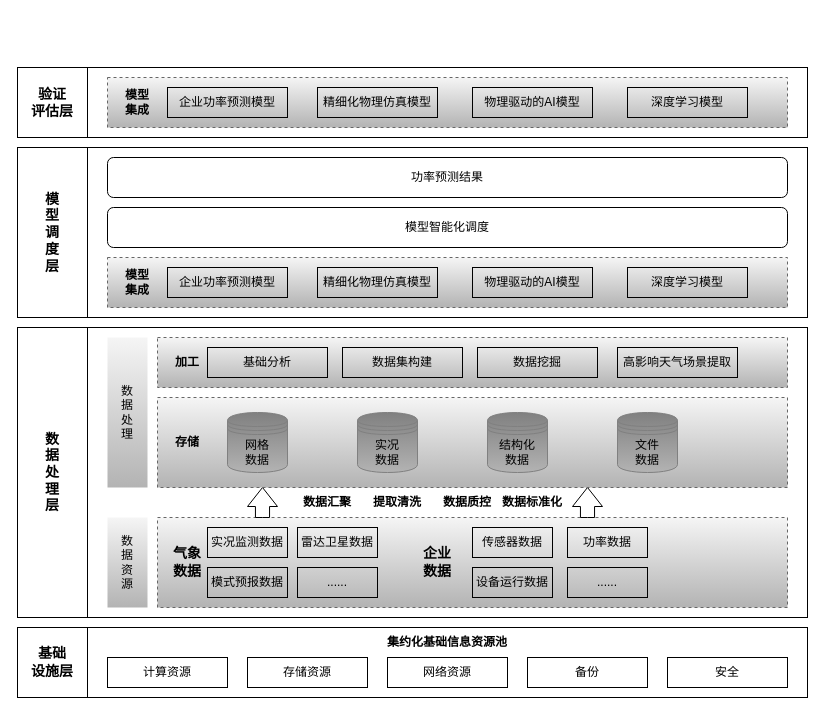
Earlier version of the draw.io diagram 未命名绘图.drawio (fourmia/Note). Source tidied: cells renumbered, new cells numbered last; positions are measured from the earlier drawing's top-left corner, leaving out a move shared by most shapes. Both pictures are drawn from the tidied source at 100%, with x=0, y=0 at pixel (17, 67).
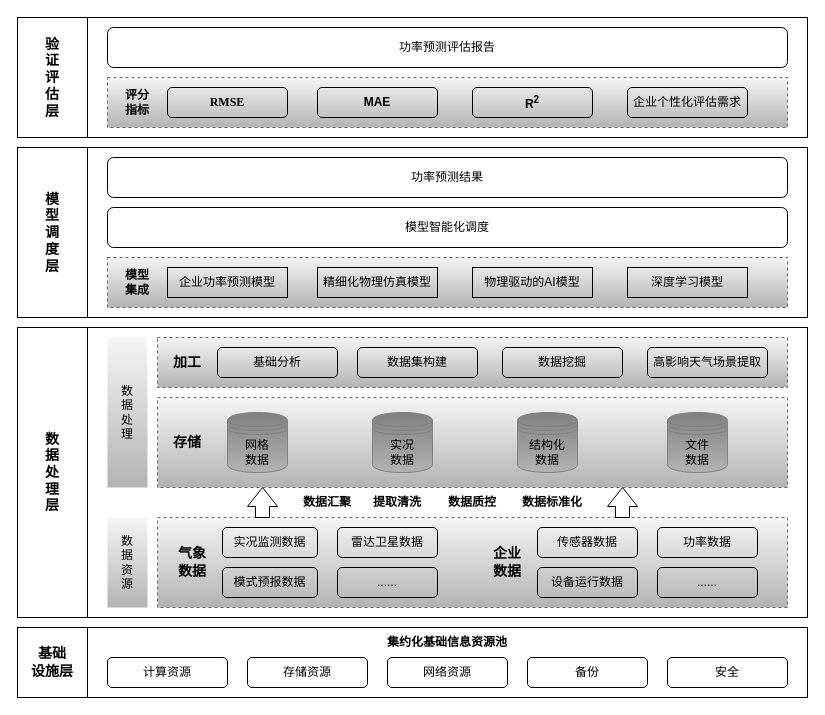
The same diagram, later.

Commit message:
更新功率预测评估报告.drawio

The edit, as a diff of the source:
```diff
@@
-    <mxCell id="5" value="计算资源" style="rounded=0;whiteSpace=wrap;html=1;fillColor=none;" parent="1" vertex="1">
+    <mxCell id="5" value="计算资源" style="rounded=1;whiteSpace=wrap;html=1;fillColor=none;" parent="1" vertex="1">
       <mxGeometry x="90" y="590" width="120" height="30" as="geometry" />
     </mxCell>
-    <mxCell id="6" value="存储资源" style="rounded=0;whiteSpace=wrap;html=1;fillColor=none;" parent="1" vertex="1">
+    <mxCell id="6" value="存储资源" style="rounded=1;whiteSpace=wrap;html=1;fillColor=none;" parent="1" vertex="1">
       <mxGeometry x="230" y="590" width="120" height="30" as="geometry" />
     </mxCell>
-    <mxCell id="7" value="网络资源" style="rounded=0;whiteSpace=wrap;html=1;fillColor=none;" parent="1" vertex="1">
+    <mxCell id="7" value="网络资源" style="rounded=1;whiteSpace=wrap;html=1;fillColor=none;" parent="1" vertex="1">
       <mxGeometry x="370" y="590" width="120" height="30" as="geometry" />
     </mxCell>
-    <mxCell id="8" value="备份" style="rounded=0;whiteSpace=wrap;html=1;fillColor=none;" parent="1" vertex="1">
+    <mxCell id="8" value="备份" style="rounded=1;whiteSpace=wrap;html=1;fillColor=none;" parent="1" vertex="1">
       <mxGeometry x="510" y="590" width="120" height="30" as="geometry" />
     </mxCell>
-    <mxCell id="9" value="安全" style="rounded=0;whiteSpace=wrap;html=1;fillColor=none;" parent="1" vertex="1">
+    <mxCell id="9" value="安全" style="rounded=1;whiteSpace=wrap;html=1;fillColor=none;" parent="1" vertex="1">
       <mxGeometry x="650" y="590" width="120" height="30" as="geometry" />
     </mxCell>
@@
     <mxCell id="14" value="&lt;font face=&quot;Times New Roman&quot; style=&quot;font-size: 14px;&quot;&gt;&lt;b&gt;气象&lt;/b&gt;&lt;/font&gt;&lt;div&gt;&lt;font style=&quot;font-size: 14px;&quot;&gt;&lt;b&gt;数据&lt;/b&gt;&lt;/font&gt;&lt;/div&gt;" style="text;html=1;align=center;verticalAlign=middle;whiteSpace=wrap;rounded=0;" parent="1" vertex="1">
-      <mxGeometry x="140" y="465" width="60" height="60" as="geometry" />
+      <mxGeometry x="145" y="465" width="60" height="60" as="geometry" />
     </mxCell>
-    <mxCell id="15" value="实况监测数据" style="rounded=0;whiteSpace=wrap;html=1;fillColor=none;" parent="1" vertex="1">
-      <mxGeometry x="190" y="460" width="80" height="30" as="geometry" />
+    <mxCell id="15" value="实况监测数据" style="rounded=1;whiteSpace=wrap;html=1;fillColor=none;" parent="1" vertex="1">
+      <mxGeometry x="205" y="460" width="95" height="30" as="geometry" />
     </mxCell>
-    <mxCell id="16" value="模式预报数据" style="rounded=0;whiteSpace=wrap;html=1;fillColor=none;" parent="1" vertex="1">
-      <mxGeometry x="190" y="500" width="80" height="30" as="geometry" />
+    <mxCell id="16" value="模式预报数据" style="rounded=1;whiteSpace=wrap;html=1;fillColor=none;" parent="1" vertex="1">
+      <mxGeometry x="205" y="500" width="95" height="30" as="geometry" />
     </mxCell>
-    <mxCell id="17" value="雷达卫星数据" style="rounded=0;whiteSpace=wrap;html=1;fillColor=none;" parent="1" vertex="1">
-      <mxGeometry x="280" y="460" width="80" height="30" as="geometry" />
+    <mxCell id="17" value="雷达卫星数据" style="rounded=1;whiteSpace=wrap;html=1;fillColor=none;" parent="1" vertex="1">
+      <mxGeometry x="320" y="460" width="100" height="30" as="geometry" />
     </mxCell>
-    <mxCell id="18" value="......" style="rounded=0;whiteSpace=wrap;html=1;fillColor=none;" parent="1" vertex="1">
-      <mxGeometry x="280" y="500" width="80" height="30" as="geometry" />
+    <mxCell id="18" value="......" style="rounded=1;whiteSpace=wrap;html=1;fillColor=none;" parent="1" vertex="1">
+      <mxGeometry x="320" y="500" width="100" height="30" as="geometry" />
     </mxCell>
-    <mxCell id="19" value="&lt;font face=&quot;Times New Roman&quot; style=&quot;font-size: 14px;&quot;&gt;&lt;b&gt;企业&lt;/b&gt;&lt;/font&gt;&lt;div&gt;&lt;font style=&quot;font-size: 14px;&quot;&gt;&lt;b&gt;数据&lt;/b&gt;&lt;/font&gt;&lt;/div&gt;" style="text;html=1;align=center;verticalAlign=middle;whiteSpace=wrap;rounded=0;" parent="1" vertex="1">
-      <mxGeometry x="390" y="465" width="60" height="60" as="geometry" />
+    <mxCell id="19" value="&lt;font face=&quot;Times New Roman&quot; style=&quot;font-size: 14px;&quot;&gt;&lt;b&gt;企业&lt;/b&gt;&lt;/font&gt;&lt;div&gt;&lt;font style=&quot;font-size: 14px;&quot;&gt;&lt;b&gt;数据&lt;/b&gt;&lt;/font&gt;&lt;/div&gt;" style="text;html=1;align=center;verticalAlign=middle;whiteSpace=wrap;rounded=1;" parent="1" vertex="1">
+      <mxGeometry x="460" y="465" width="60" height="60" as="geometry" />
     </mxCell>
-    <mxCell id="20" value="传感器数据" style="rounded=0;whiteSpace=wrap;html=1;fillColor=none;" parent="1" vertex="1">
-      <mxGeometry x="455" y="460" width="80" height="30" as="geometry" />
+    <mxCell id="20" value="传感器数据" style="rounded=1;whiteSpace=wrap;html=1;fillColor=none;" parent="1" vertex="1">
+      <mxGeometry x="520" y="460" width="100" height="30" as="geometry" />
     </mxCell>
-    <mxCell id="21" value="功率数据" style="rounded=0;whiteSpace=wrap;html=1;fillColor=none;" parent="1" vertex="1">
-      <mxGeometry x="550" y="460" width="80" height="30" as="geometry" />
+    <mxCell id="21" value="功率数据" style="rounded=1;whiteSpace=wrap;html=1;fillColor=none;" parent="1" vertex="1">
+      <mxGeometry x="640" y="460" width="100" height="30" as="geometry" />
     </mxCell>
-    <mxCell id="22" value="设备运行数据" style="rounded=0;whiteSpace=wrap;html=1;fillColor=none;" parent="1" vertex="1">
-      <mxGeometry x="455" y="500" width="80" height="30" as="geometry" />
+    <mxCell id="22" value="设备运行数据" style="rounded=1;whiteSpace=wrap;html=1;fillColor=none;" parent="1" vertex="1">
+      <mxGeometry x="520" y="500" width="100" height="30" as="geometry" />
     </mxCell>
-    <mxCell id="23" value="......" style="rounded=0;whiteSpace=wrap;html=1;fillColor=none;" parent="1" vertex="1">
-      <mxGeometry x="550" y="500" width="80" height="30" as="geometry" />
+    <mxCell id="23" value="......" style="rounded=1;whiteSpace=wrap;html=1;fillColor=none;" parent="1" vertex="1">
+      <mxGeometry x="640" y="500" width="100" height="30" as="geometry" />
     </mxCell>
@@
     <mxCell id="26" style="html=1;shadow=0;dashed=0;align=center;verticalAlign=middle;shape=mxgraph.arrows2.arrow;dy=0.53;dx=19;direction=north;notch=0;" parent="1" vertex="1">
-      <mxGeometry x="555" y="420" width="30" height="30" as="geometry" />
+      <mxGeometry x="590" y="420" width="30" height="30" as="geometry" />
     </mxCell>
@@
     <mxCell id="29" value="&lt;b&gt;数据质控&lt;/b&gt;" style="text;html=1;align=center;verticalAlign=middle;whiteSpace=wrap;rounded=0;" parent="1" vertex="1">
-      <mxGeometry x="420" y="420" width="60" height="30" as="geometry" />
+      <mxGeometry x="425" y="420" width="60" height="30" as="geometry" />
     </mxCell>
     <mxCell id="30" value="&lt;b&gt;数据标准化&lt;/b&gt;" style="text;html=1;align=center;verticalAlign=middle;whiteSpace=wrap;rounded=0;" parent="1" vertex="1">
-      <mxGeometry x="480" y="420" width="70" height="30" as="geometry" />
+      <mxGeometry x="500" y="420" width="70" height="30" as="geometry" />
     </mxCell>
@@
-    <mxCell id="32" value="&lt;b&gt;存储&lt;/b&gt;" style="text;html=1;align=center;verticalAlign=middle;whiteSpace=wrap;rounded=0;" parent="1" vertex="1">
+    <mxCell id="32" value="&lt;b&gt;&lt;font style=&quot;font-size: 14px;&quot;&gt;存储&lt;/font&gt;&lt;/b&gt;" style="text;html=1;align=center;verticalAlign=middle;whiteSpace=wrap;rounded=0;" parent="1" vertex="1">
       <mxGeometry x="140" y="360" width="60" height="30" as="geometry" />
     </mxCell>
@@
     <mxCell id="35" value="实况&lt;div&gt;数据&lt;/div&gt;" style="shape=datastore;whiteSpace=wrap;html=1;fillColor=#808080;gradientColor=#b3b3b3;strokeColor=#808080;" parent="1" vertex="1">
-      <mxGeometry x="340" y="345" width="60" height="60" as="geometry" />
+      <mxGeometry x="355" y="345" width="60" height="60" as="geometry" />
     </mxCell>
     <mxCell id="36" value="结构化&lt;div&gt;数据&lt;/div&gt;" style="shape=datastore;whiteSpace=wrap;html=1;fillColor=#808080;gradientColor=#b3b3b3;strokeColor=#808080;" parent="1" vertex="1">
-      <mxGeometry x="470" y="345" width="60" height="60" as="geometry" />
+      <mxGeometry x="500" y="345" width="60" height="60" as="geometry" />
     </mxCell>
     <mxCell id="37" value="&lt;div&gt;文件&lt;/div&gt;&lt;div&gt;数据&lt;/div&gt;" style="shape=datastore;whiteSpace=wrap;html=1;fillColor=#808080;gradientColor=#b3b3b3;strokeColor=#808080;" parent="1" vertex="1">
-      <mxGeometry x="600" y="345" width="60" height="60" as="geometry" />
+      <mxGeometry x="650" y="345" width="60" height="60" as="geometry" />
     </mxCell>
@@
-    <mxCell id="39" value="&lt;b&gt;加工&lt;/b&gt;" style="text;html=1;align=center;verticalAlign=middle;whiteSpace=wrap;rounded=0;" parent="1" vertex="1">
+    <mxCell id="39" value="&lt;b&gt;&lt;font style=&quot;font-size: 14px;&quot;&gt;加工&lt;/font&gt;&lt;/b&gt;" style="text;html=1;align=center;verticalAlign=middle;whiteSpace=wrap;rounded=0;" parent="1" vertex="1">
       <mxGeometry x="140" y="280" width="60" height="30" as="geometry" />
     </mxCell>
-    <mxCell id="40" value="基础分析" style="rounded=0;whiteSpace=wrap;html=1;fillColor=none;" parent="1" vertex="1">
-      <mxGeometry x="190" y="280" width="120" height="30" as="geometry" />
+    <mxCell id="40" value="基础分析" style="rounded=1;whiteSpace=wrap;html=1;fillColor=none;" parent="1" vertex="1">
+      <mxGeometry x="200" y="280" width="120" height="30" as="geometry" />
     </mxCell>
-    <mxCell id="41" value="数据集构建" style="rounded=0;whiteSpace=wrap;html=1;fillColor=none;" parent="1" vertex="1">
-      <mxGeometry x="325" y="280" width="120" height="30" as="geometry" />
+    <mxCell id="41" value="数据集构建" style="rounded=1;whiteSpace=wrap;html=1;fillColor=none;" parent="1" vertex="1">
+      <mxGeometry x="340" y="280" width="120" height="30" as="geometry" />
     </mxCell>
-    <mxCell id="42" value="数据挖掘" style="rounded=0;whiteSpace=wrap;html=1;fillColor=none;" parent="1" vertex="1">
-      <mxGeometry x="460" y="280" width="120" height="30" as="geometry" />
+    <mxCell id="42" value="数据挖掘" style="rounded=1;whiteSpace=wrap;html=1;fillColor=none;" parent="1" vertex="1">
+      <mxGeometry x="485" y="280" width="120" height="30" as="geometry" />
     </mxCell>
-    <mxCell id="43" value="高影响天气场景提取" style="rounded=0;whiteSpace=wrap;html=1;fillColor=none;" parent="1" vertex="1">
-      <mxGeometry x="600" y="280" width="120" height="30" as="geometry" />
+    <mxCell id="43" value="高影响天气场景提取" style="rounded=1;whiteSpace=wrap;html=1;fillColor=none;" parent="1" vertex="1">
+      <mxGeometry x="630" y="280" width="120" height="30" as="geometry" />
     </mxCell>
@@
     <mxCell id="54" style="rounded=0;whiteSpace=wrap;html=1;fillColor=none;" parent="1" vertex="1">
-      <mxGeometry x="70" width="720" height="70" as="geometry" />
+      <mxGeometry x="70" y="-50" width="720" height="120" as="geometry" />
     </mxCell>
@@
-    <mxCell id="56" value="&lt;span style=&quot;font-size: 14px;&quot;&gt;&lt;b&gt;验证&lt;/b&gt;&lt;/span&gt;&lt;div&gt;&lt;span style=&quot;font-size: 14px;&quot;&gt;&lt;b&gt;评估层&lt;/b&gt;&lt;/span&gt;&lt;/div&gt;" style="rounded=0;whiteSpace=wrap;html=1;" parent="1" vertex="1">
-      <mxGeometry width="70" height="70" as="geometry" />
+    <mxCell id="56" value="&lt;span style=&quot;font-size: 14px;&quot;&gt;&lt;b&gt;验&lt;/b&gt;&lt;/span&gt;&lt;div&gt;&lt;span style=&quot;font-size: 14px;&quot;&gt;&lt;b&gt;证&lt;/b&gt;&lt;/span&gt;&lt;/div&gt;&lt;div&gt;&lt;div&gt;&lt;span style=&quot;font-size: 14px;&quot;&gt;&lt;b&gt;评&lt;/b&gt;&lt;/span&gt;&lt;/div&gt;&lt;div&gt;&lt;span style=&quot;font-size: 14px;&quot;&gt;&lt;b&gt;估&lt;/b&gt;&lt;/span&gt;&lt;/div&gt;&lt;div&gt;&lt;span style=&quot;font-size: 14px;&quot;&gt;&lt;b&gt;层&lt;/b&gt;&lt;/span&gt;&lt;/div&gt;&lt;/div&gt;" style="rounded=0;whiteSpace=wrap;html=1;" parent="1" vertex="1">
+      <mxGeometry y="-50" width="70" height="120" as="geometry" />
     </mxCell>
-    <mxCell id="57" value="&lt;div&gt;&lt;b&gt;模&lt;span style=&quot;background-color: initial;&quot;&gt;型&lt;/span&gt;&lt;/b&gt;&lt;/div&gt;&lt;div&gt;&lt;b&gt;集成&lt;/b&gt;&lt;/div&gt;" style="text;html=1;align=center;verticalAlign=middle;whiteSpace=wrap;rounded=0;" parent="1" vertex="1">
+    <mxCell id="57" value="&lt;b&gt;评分&lt;/b&gt;&lt;div&gt;&lt;b&gt;指标&lt;/b&gt;&lt;/div&gt;" style="text;html=1;align=center;verticalAlign=middle;whiteSpace=wrap;rounded=0;" parent="1" vertex="1">
       <mxGeometry x="90" y="20" width="60" height="30" as="geometry" />
     </mxCell>
-    <mxCell id="58" value="企业功率预测模型" style="rounded=0;whiteSpace=wrap;html=1;fillColor=none;" parent="1" vertex="1">
+    <mxCell id="58" value="&lt;b&gt;&lt;font face=&quot;Times New Roman&quot;&gt;RMSE&lt;/font&gt;&lt;/b&gt;" style="rounded=1;whiteSpace=wrap;html=1;fillColor=none;" parent="1" vertex="1">
       <mxGeometry x="150" y="20" width="120" height="30" as="geometry" />
     </mxCell>
-    <mxCell id="59" value="精细化物理仿真模型" style="rounded=0;whiteSpace=wrap;html=1;fillColor=none;" parent="1" vertex="1">
+    <mxCell id="59" value="&lt;b&gt;MAE&lt;/b&gt;" style="rounded=1;whiteSpace=wrap;html=1;fillColor=none;" parent="1" vertex="1">
       <mxGeometry x="300" y="20" width="120" height="30" as="geometry" />
     </mxCell>
-    <mxCell id="60" value="物理驱动的AI模型" style="rounded=0;whiteSpace=wrap;html=1;fillColor=none;" parent="1" vertex="1">
+    <mxCell id="60" value="&lt;b&gt;R&lt;sup&gt;2&lt;/sup&gt;&lt;/b&gt;" style="rounded=1;whiteSpace=wrap;html=1;fillColor=none;" parent="1" vertex="1">
       <mxGeometry x="455" y="20" width="120" height="30" as="geometry" />
     </mxCell>
-    <mxCell id="61" value="深度学习模型" style="rounded=0;whiteSpace=wrap;html=1;fillColor=none;" parent="1" vertex="1">
+    <mxCell id="61" value="企业个性化评估需求" style="rounded=1;whiteSpace=wrap;html=1;fillColor=none;" parent="1" vertex="1">
       <mxGeometry x="610" y="20" width="120" height="30" as="geometry" />
     </mxCell>
+    <mxCell id="62" value="功率预测评估报告" style="rounded=1;whiteSpace=wrap;html=1;" parent="1" vertex="1">
+      <mxGeometry x="90" y="-40" width="680" height="40" as="geometry" />
+    </mxCell>
```
